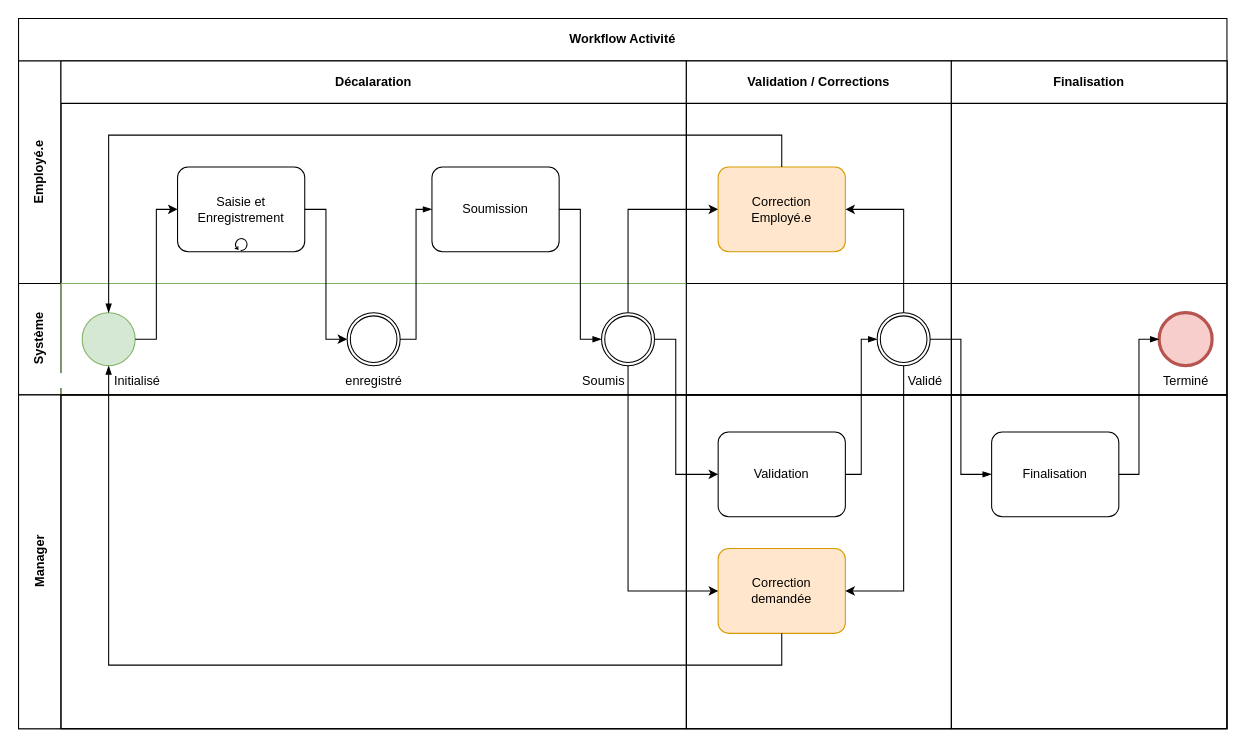
hseb72/hr-tools keeps this draw.io diagram as page "Activité" (2 of 2) of RH Workflows.drawio. Above is the earlier version. Source tidied: cells renumbered, new cells numbered last; positions are measured from the earlier drawing's top-left corner, leaving out a move shared by most shapes. Both pictures are drawn from the tidied source at 106%, with x=0, y=0 at pixel (18, 18).
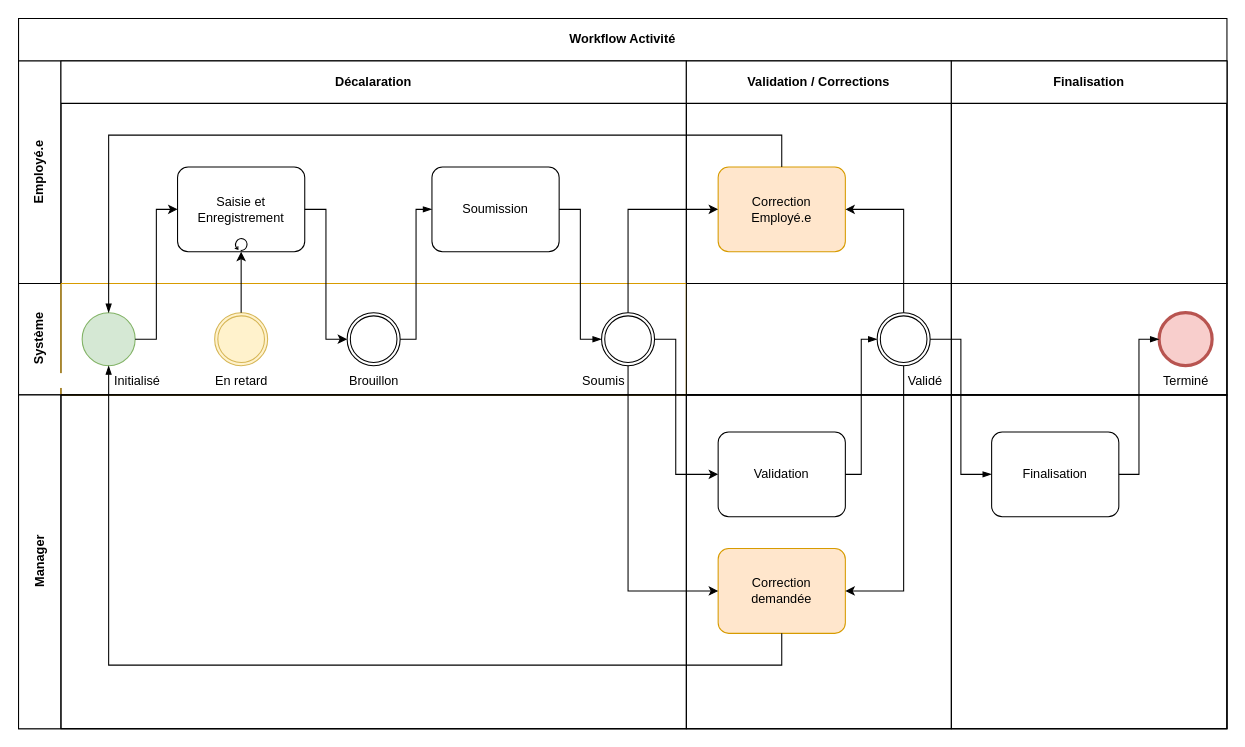
The same page after the edit.

Commit message:
Added RH Workflows late activity status.drawio

The change refers to these unchanged cells:
```xml
<mxCell id="2" value="Workflow Activité" style="shape=table;childLayout=tableLayout;rowLines=0;columnLines=0;startSize=40;html=1;whiteSpace=wrap;fontStyle=1;align=center;" parent="1" vertex="1">
  <mxGeometry width="1140" height="670" as="geometry" />
</mxCell>
<mxCell id="5" value="Saisie et Enregistrement" style="points=[[0.25,0,0],[0.5,0,0],[0.75,0,0],[1,0.25,0],[1,0.5,0],[1,0.75,0],[0.75,1,0],[0.5,1,0],[0.25,1,0],[0,0.75,0],[0,0.5,0],[0,0.25,0]];shape=mxgraph.bpmn.task;whiteSpace=wrap;rectStyle=rounded;size=10;taskMarker=abstract;isLoopStandard=1;" parent="4" vertex="1">
  <mxGeometry x="110" y="100" width="120" height="80" as="geometry" />
</mxCell>
<mxCell id="10" value="Système" style="swimlane;horizontal=0;startSize=40;html=1;whiteSpace=wrap;" parent="2" vertex="1">
  <mxGeometry y="250" width="1140" height="105" as="geometry" />
</mxCell>
```

Change to the diagram source:
```diff
@@
-    <mxCell id="11" style="swimlane;startSize=0;html=1;whiteSpace=wrap;fillColor=#d5e8d4;strokeColor=#82b366;" parent="10" vertex="1">
+    <mxCell id="11" style="swimlane;startSize=0;html=1;whiteSpace=wrap;fillColor=#ffe6cc;strokeColor=#d79b00;" parent="10" vertex="1">
       <mxGeometry x="40" width="590" height="105" as="geometry" />
     </mxCell>
-    <mxCell id="12" value="enregistré" style="points=[[0.145,0.145,0],[0.5,0,0],[0.855,0.145,0],[1,0.5,0],[0.855,0.855,0],[0.5,1,0],[0.145,0.855,0],[0,0.5,0]];shape=mxgraph.bpmn.event;html=1;verticalLabelPosition=bottom;labelBackgroundColor=#ffffff;verticalAlign=top;align=center;perimeter=ellipsePerimeter;outlineConnect=0;outline=throwing;symbol=general;" parent="11" vertex="1">
+    <mxCell id="12" value="Brouillon" style="points=[[0.145,0.145,0],[0.5,0,0],[0.855,0.145,0],[1,0.5,0],[0.855,0.855,0],[0.5,1,0],[0.145,0.855,0],[0,0.5,0]];shape=mxgraph.bpmn.event;html=1;verticalLabelPosition=bottom;labelBackgroundColor=#ffffff;verticalAlign=top;align=center;perimeter=ellipsePerimeter;outlineConnect=0;outline=throwing;symbol=general;" parent="11" vertex="1">
       <mxGeometry x="270" y="27.5" width="50" height="50" as="geometry" />
     </mxCell>
@@
+    <mxCell id="40" value="En retard" style="points=[[0.145,0.145,0],[0.5,0,0],[0.855,0.145,0],[1,0.5,0],[0.855,0.855,0],[0.5,1,0],[0.145,0.855,0],[0,0.5,0]];shape=mxgraph.bpmn.event;html=1;verticalLabelPosition=bottom;labelBackgroundColor=#ffffff;verticalAlign=top;align=center;perimeter=ellipsePerimeter;outlineConnect=0;outline=throwing;symbol=general;fillColor=#fff2cc;strokeColor=#d6b656;" parent="11" vertex="1">
+      <mxGeometry x="145" y="27.5" width="50" height="50" as="geometry" />
+    </mxCell>
@@
+    <mxCell id="41" style="edgeStyle=orthogonalEdgeStyle;rounded=0;jettySize=auto;html=1;exitX=0.5;exitY=0;exitDx=0;exitDy=0;exitPerimeter=0;entryX=0.5;entryY=1;entryDx=0;entryDy=0;entryPerimeter=0;" parent="2" edge="1" source="40" target="5">
+      <mxGeometry relative="1" as="geometry" />
+    </mxCell>
```
